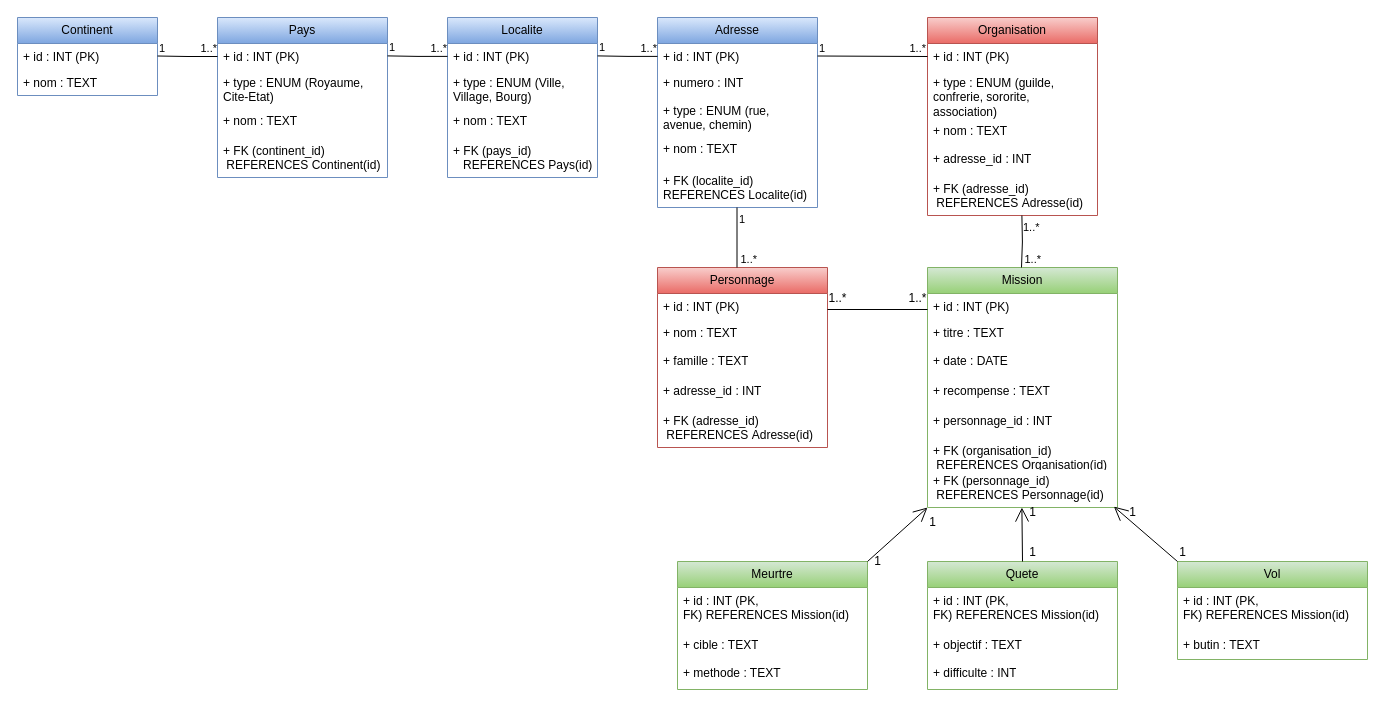
Above: FanstasyBDD.drawio in seti-laika/BDD (draw.io), before the change. Source tidied: cells renumbered, new cells numbered last; positions are measured from the earlier drawing's top-left corner, leaving out a move shared by most shapes. Both pictures are drawn from the tidied source at 100%, with x=0, y=0 at pixel (17, 17).
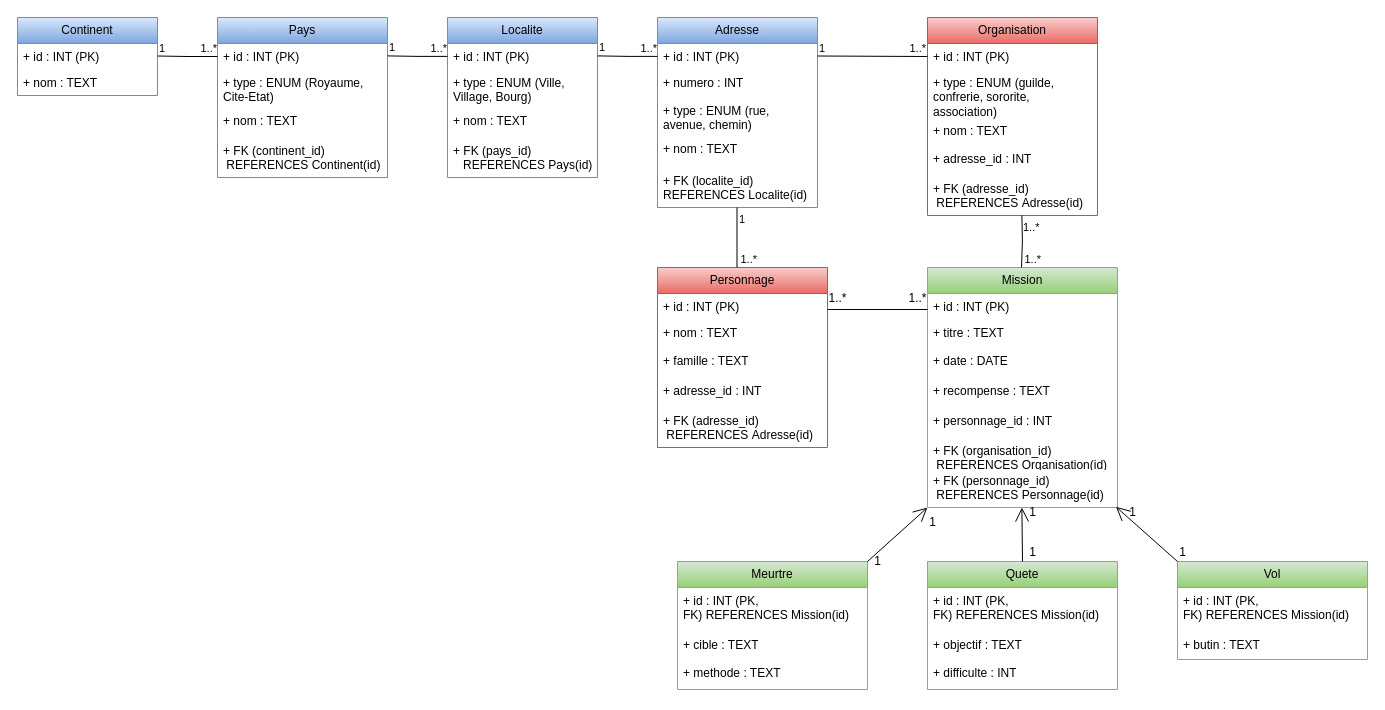
After the change.

Commit message:
Mettre à jour FanstasyBDD.drawio

The change refers to these unchanged cells:
```xml
<mxCell id="55" value="+ FK (personnage_id)&amp;nbsp;&lt;div&gt;&amp;nbsp;&lt;span style=&quot;background-color: transparent; color: light-dark(rgb(0, 0, 0), rgb(255, 255, 255));&quot;&gt;REFERENCES&amp;nbsp;&lt;/span&gt;&lt;span style=&quot;background-color: transparent; color: light-dark(rgb(0, 0, 0), rgb(255, 255, 255));&quot;&gt;Personnage(id)&lt;/span&gt;&lt;/div&gt;" style="text;strokeColor=none;fillColor=none;align=left;verticalAlign=top;spacingLeft=4;spacingRight=4;overflow=hidden;points=[[0,0.5],[1,0.5]];portConstraint=eastwest;whiteSpace=wrap;html=1;" parent="48" vertex="1">
  <mxGeometry y="200" width="190" height="40" as="geometry" />
</mxCell>
<mxCell id="73" value="Vol" style="swimlane;fontStyle=0;horizontal=1;startSize=26;fillColor=#d5e8d4;whiteSpace=wrap;html=1;strokeColor=#82b366;gradientColor=#97d077;" parent="1" vertex="1">
  <mxGeometry x="1160" y="544" width="190" height="98" as="geometry" />
</mxCell>
<mxCell id="80" value="1" style="text;html=1;align=center;verticalAlign=middle;points=[];strokeColor=none;fillColor=none;" parent="1" vertex="1">
  <mxGeometry x="1100" y="480" width="30" height="30" as="geometry" />
</mxCell>
```

Diff of the diagram source:
```diff
@@
-    <mxCell id="76" style="endArrow=open;endFill=1;endSize=12;html=1;rounded=0;exitX=0;exitY=0;exitDx=0;exitDy=0;entryX=0.981;entryY=0.979;entryDx=0;entryDy=0;entryPerimeter=0;" parent="1" edge="1" source="73" target="55">
+    <mxCell id="76" style="endArrow=open;endFill=1;endSize=12;html=1;rounded=0;exitX=0;exitY=0;exitDx=0;exitDy=0;entryX=-0.052;entryY=0.31;entryDx=0;entryDy=0;entryPerimeter=0;" parent="1" edge="1" source="73" target="80">
       <mxGeometry relative="1" as="geometry" />
     </mxCell>
```
